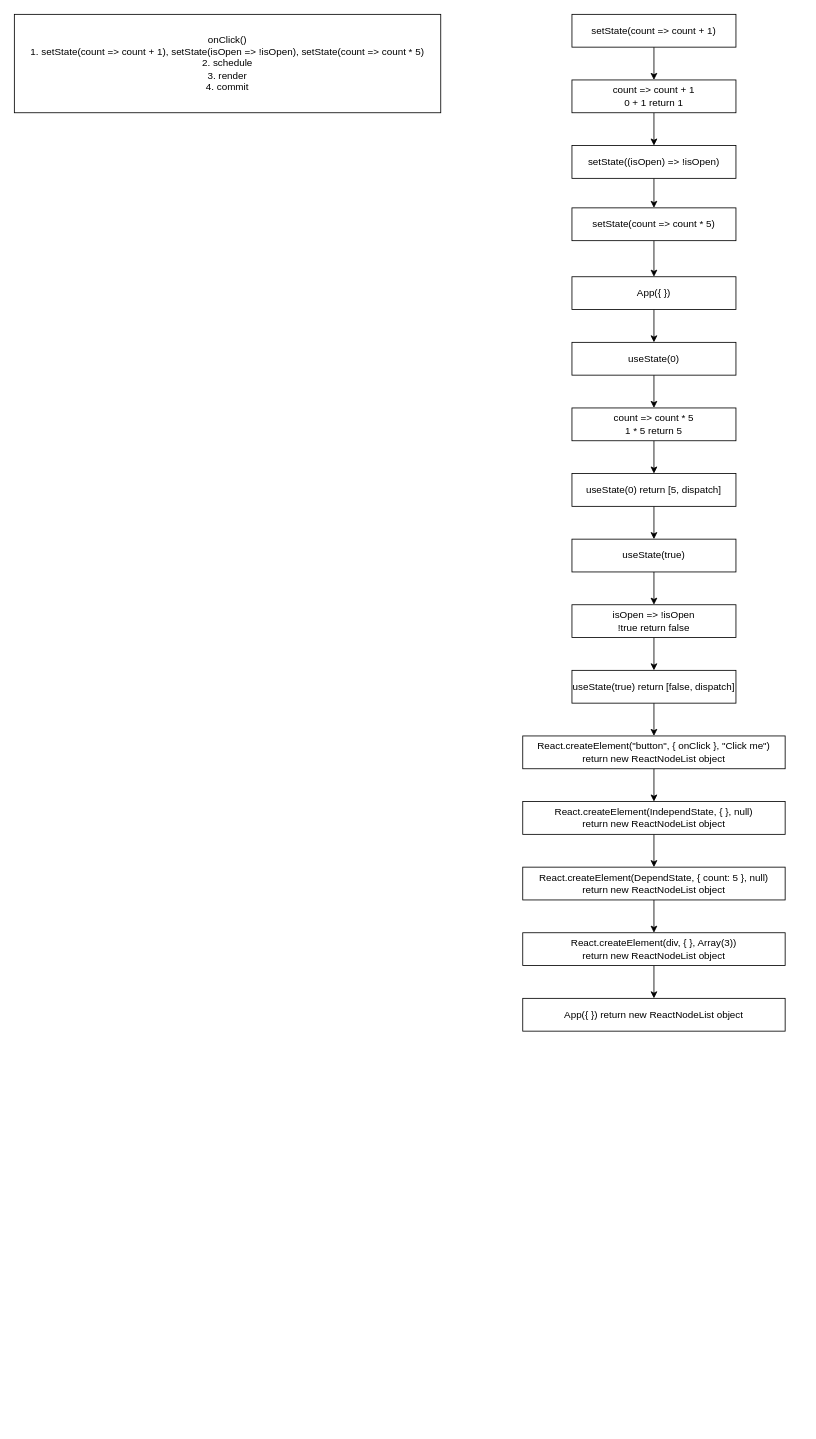
Above: page "onClick()" (5 of 7) of React Internal.drawio in binh-nguyen-dev/practice-git-github (draw.io), before the change. Source tidied: cells renumbered, new cells numbered last; positions are measured from the earlier drawing's top-left corner, leaving out a move shared by most shapes. Both pictures are drawn from the tidied source at 82%, with x=0, y=0 at pixel (14, 14).
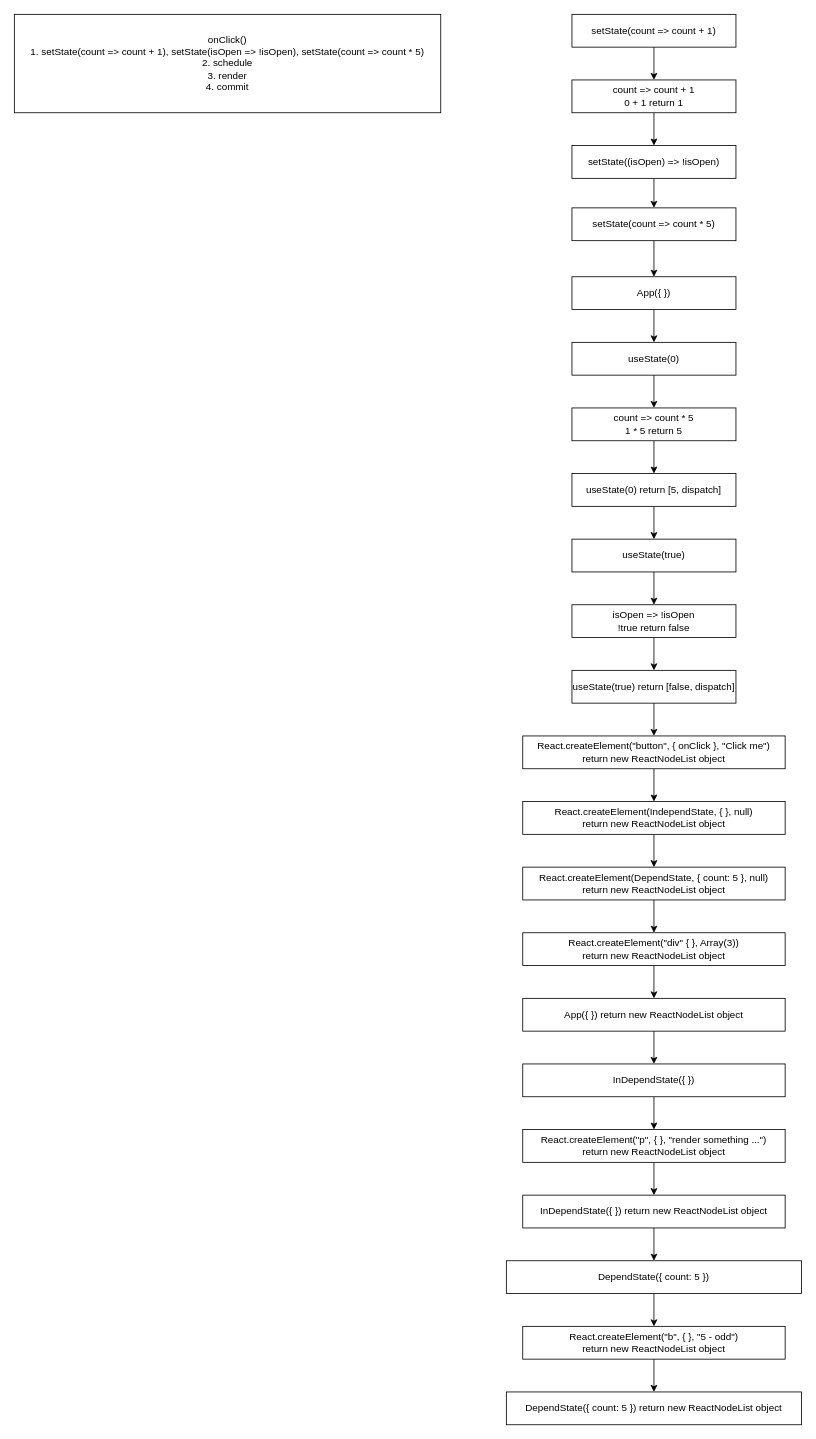
The same page after the edit.

Unchanged cells that the change refers to:
```xml
<mxCell id="33" value="&lt;div&gt;&lt;span style=&quot;background-color: initial;&quot;&gt;App({ })&amp;nbsp;&lt;/span&gt;return new ReactNodeList object&lt;/div&gt;" style="whiteSpace=wrap;html=1;" parent="1" vertex="1">
  <mxGeometry x="620" y="1200" width="320" height="40" as="geometry" />
</mxCell>
```

The edit, as a diff of the source:
```diff
@@
-    <mxCell id="32" value="React.createElement(div, { }, Array(3))&lt;div&gt;return new ReactNodeList object&lt;/div&gt;" style="whiteSpace=wrap;html=1;" parent="1" vertex="1">
+    <mxCell id="32" value="React.createElement(&quot;div&quot; { }, Array(3))&lt;div&gt;return new ReactNodeList object&lt;/div&gt;" style="whiteSpace=wrap;html=1;" parent="1" vertex="1">
       <mxGeometry x="620" y="1120" width="320" height="40" as="geometry" />
     </mxCell>
+    <mxCell id="34" style="edgeStyle=orthogonalEdgeStyle;rounded=0;jettySize=auto;html=1;exitX=0.5;exitY=1;exitDx=0;exitDy=0;entryX=0.5;entryY=0;entryDx=0;entryDy=0;" parent="1" edge="1" source="33" target="40">
+      <mxGeometry relative="1" as="geometry" />
+    </mxCell>
@@
+    <mxCell id="35" style="edgeStyle=orthogonalEdgeStyle;rounded=0;jettySize=auto;html=1;exitX=0.5;exitY=1;exitDx=0;exitDy=0;entryX=0.5;entryY=0;entryDx=0;entryDy=0;" parent="1" edge="1" source="36" target="42">
+      <mxGeometry relative="1" as="geometry" />
+    </mxCell>
+    <mxCell id="36" value="React.createElement(&quot;p&quot;, { }, &quot;render something ...&quot;)&lt;div&gt;return new ReactNodeList object&lt;/div&gt;" style="whiteSpace=wrap;html=1;" parent="1" vertex="1">
+      <mxGeometry x="620" y="1360" width="320" height="40" as="geometry" />
+    </mxCell>
+    <mxCell id="37" style="edgeStyle=orthogonalEdgeStyle;rounded=0;jettySize=auto;html=1;exitX=0.5;exitY=1;exitDx=0;exitDy=0;entryX=0.5;entryY=0;entryDx=0;entryDy=0;" parent="1" edge="1" source="38" target="45">
+      <mxGeometry relative="1" as="geometry" />
+    </mxCell>
+    <mxCell id="38" value="&lt;div&gt;&lt;span style=&quot;background-color: initial;&quot;&gt;D&lt;/span&gt;&lt;span style=&quot;background-color: initial;&quot;&gt;ependState(&lt;/span&gt;&lt;span style=&quot;background-color: initial;&quot;&gt;{ count: 5 })&lt;/span&gt;&lt;/div&gt;" style="whiteSpace=wrap;html=1;" parent="1" vertex="1">
+      <mxGeometry x="600" y="1520" width="360" height="40" as="geometry" />
+    </mxCell>
+    <mxCell id="39" style="edgeStyle=orthogonalEdgeStyle;rounded=0;jettySize=auto;html=1;exitX=0.5;exitY=1;exitDx=0;exitDy=0;" parent="1" edge="1" source="40" target="36">
+      <mxGeometry relative="1" as="geometry" />
+    </mxCell>
+    <mxCell id="40" value="&lt;div&gt;&lt;span style=&quot;background-color: initial;&quot;&gt;InDependState({ })&lt;/span&gt;&lt;/div&gt;" style="whiteSpace=wrap;html=1;" parent="1" vertex="1">
+      <mxGeometry x="620" y="1280" width="320" height="40" as="geometry" />
+    </mxCell>
+    <mxCell id="41" style="edgeStyle=orthogonalEdgeStyle;rounded=0;jettySize=auto;html=1;exitX=0.5;exitY=1;exitDx=0;exitDy=0;entryX=0.5;entryY=0;entryDx=0;entryDy=0;" parent="1" edge="1" source="42" target="38">
+      <mxGeometry relative="1" as="geometry" />
+    </mxCell>
+    <mxCell id="42" value="&lt;span style=&quot;background-color: initial;&quot;&gt;InDependState({ })&amp;nbsp;&lt;/span&gt;return new ReactNodeList object" style="whiteSpace=wrap;html=1;" parent="1" vertex="1">
+      <mxGeometry x="620" y="1440" width="320" height="40" as="geometry" />
+    </mxCell>
+    <mxCell id="43" value="&lt;span style=&quot;background-color: initial;&quot;&gt;DependState({ count: 5 })&amp;nbsp;&lt;/span&gt;return new ReactNodeList object" style="whiteSpace=wrap;html=1;" parent="1" vertex="1">
+      <mxGeometry x="600" y="1680" width="360" height="40" as="geometry" />
+    </mxCell>
+    <mxCell id="44" style="edgeStyle=orthogonalEdgeStyle;rounded=0;jettySize=auto;html=1;exitX=0.5;exitY=1;exitDx=0;exitDy=0;entryX=0.5;entryY=0;entryDx=0;entryDy=0;" parent="1" edge="1" source="45" target="43">
+      <mxGeometry relative="1" as="geometry" />
+    </mxCell>
+    <mxCell id="45" value="React.createElement(&quot;b&quot;, { }, &quot;5 - odd&quot;)&lt;div&gt;return new ReactNodeList object&lt;/div&gt;" style="whiteSpace=wrap;html=1;" parent="1" vertex="1">
+      <mxGeometry x="620" y="1600" width="320" height="40" as="geometry" />
+    </mxCell>
```
